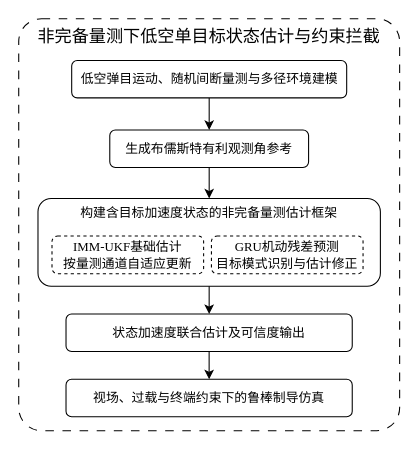
master-fency/plot keeps this draw.io diagram as 单目标非完备量测与低空约束制导.drawio. Above is the earlier version. Source tidied: cells renumbered, new cells numbered last; positions are measured from the earlier drawing's top-left corner, leaving out a move shared by most shapes. Both pictures are drawn from the tidied source at 107%, with x=0, y=0 at pixel (18, 18).
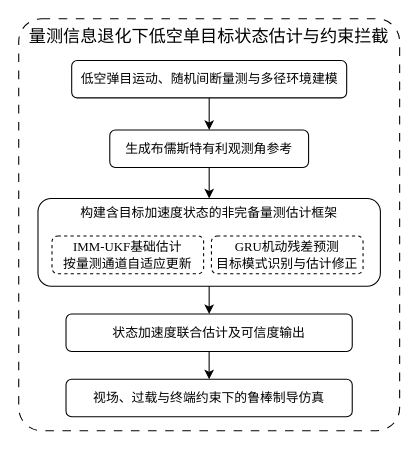
The same page after the edit.

Commit message:
更新单目标非完备量测与低空约束制导.drawio

Change to the diagram source:
```diff
@@
 <mxGraphModel>
   <root>
     <mxCell id="0" />
     <mxCell id="1" parent="0" />
-    <mxCell id="2" value="&lt;font style=&quot;font-size: 16px;&quot;&gt;非完备量测下低空单目标状态估计与约束拦截&lt;/font&gt;" style="rounded=1;whiteSpace=wrap;html=1;roundedPerimeter=1;fontFamily=Times New Roman;verticalAlign=top;arcSize=6;strokeColor=default;dashed=1;dashPattern=8 8;" parent="1" vertex="1">
+    <mxCell id="2" value="&lt;font style=&quot;font-size: 16px;&quot;&gt;量测信息退化下低空单目标状态估计与约束拦截&lt;/font&gt;" style="rounded=1;whiteSpace=wrap;html=1;roundedPerimeter=1;fontFamily=Times New Roman;verticalAlign=top;arcSize=6;strokeColor=default;dashed=1;dashPattern=8 8;" parent="1" vertex="1">
       <mxGeometry width="356" height="385" as="geometry" />
     </mxCell>
     <mxCell id="3" value="&lt;font&gt;构建含目标加速度状态的非完备量测估计框架&lt;/font&gt;" style="rounded=1;whiteSpace=wrap;html=1;roundedPerimeter=1;fontFamily=Times New Roman;verticalAlign=top;" parent="1" vertex="1">
       <mxGeometry x="18" y="168" width="320" height="82" as="geometry" />
     </mxCell>
     <mxCell id="4" style="edgeStyle=orthogonalEdgeStyle;rounded=0;jettySize=auto;html=1;exitX=0.5;exitY=1;exitDx=0;exitDy=0;entryX=0.5;entryY=0;entryDx=0;entryDy=0;fontFamily=Helvetica;fontSize=12;fontColor=default;defaultLabelBackgroundColor=page;" parent="1" edge="1" source="5" target="9">
       <mxGeometry relative="1" as="geometry" />
     </mxCell>
     <mxCell id="5" value="&lt;font&gt;低空弹目运动、随机间断量测与多径环境建模&lt;/font&gt;" style="rounded=1;whiteSpace=wrap;html=1;roundedPerimeter=1;fontFamily=Times New Roman;" parent="1" vertex="1">
       <mxGeometry x="49.5" y="39" width="257" height="35" as="geometry" />
     </mxCell>
     <mxCell id="6" style="edgeStyle=orthogonalEdgeStyle;rounded=0;jettySize=auto;html=1;exitX=0.5;exitY=1;exitDx=0;exitDy=0;entryX=0.5;entryY=0;entryDx=0;entryDy=0;fontFamily=Helvetica;fontSize=12;fontColor=default;defaultLabelBackgroundColor=page;" parent="1" edge="1" source="7" target="10">
       <mxGeometry relative="1" as="geometry" />
     </mxCell>
     <mxCell id="7" value="&lt;font&gt;状态加速度联合估计及可信度输出&lt;/font&gt;" style="rounded=1;whiteSpace=wrap;html=1;roundedPerimeter=1;fontFamily=Times New Roman;" parent="1" vertex="1">
       <mxGeometry x="44.2" y="276" width="267.5" height="35" as="geometry" />
     </mxCell>
     <mxCell id="8" style="edgeStyle=orthogonalEdgeStyle;rounded=0;jettySize=auto;html=1;exitX=0.5;exitY=1;exitDx=0;exitDy=0;entryX=0.5;entryY=0;entryDx=0;entryDy=0;fontFamily=Helvetica;fontSize=12;fontColor=default;defaultLabelBackgroundColor=page;" parent="1" edge="1" source="9" target="3">
       <mxGeometry relative="1" as="geometry" />
     </mxCell>
     <mxCell id="9" value="&lt;font&gt;生成布儒斯特有利观测角参考&lt;/font&gt;" style="rounded=1;whiteSpace=wrap;html=1;roundedPerimeter=1;fontFamily=Times New Roman;" parent="1" vertex="1">
       <mxGeometry x="85.1" y="104" width="185.8" height="35" as="geometry" />
     </mxCell>
     <mxCell id="10" value="&lt;font&gt;视场、过载与终端约束下的鲁棒制导仿真&lt;/font&gt;" style="rounded=1;whiteSpace=wrap;html=1;roundedPerimeter=1;fontFamily=Times New Roman;" parent="1" vertex="1">
       <mxGeometry x="44.2" y="337" width="267.5" height="35" as="geometry" />
     </mxCell>
     <mxCell id="11" style="edgeStyle=orthogonalEdgeStyle;rounded=0;jettySize=auto;html=1;exitX=0.5;exitY=1;exitDx=0;exitDy=0;entryX=0.5;entryY=0;entryDx=0;entryDy=0;fontFamily=Helvetica;fontSize=12;fontColor=default;defaultLabelBackgroundColor=page;" parent="1" edge="1" source="3" target="7">
       <mxGeometry relative="1" as="geometry" />
     </mxCell>
     <mxCell id="12" style="group;" parent="1" vertex="1">
       <mxGeometry x="31.1" y="203" width="290.7" height="35.4" as="geometry" />
     </mxCell>
     <mxCell id="13" value="&lt;font&gt;IMM-UKF基础估计&lt;/font&gt;&lt;div&gt;&lt;font&gt;按量测通道自适应更新&lt;/font&gt;&lt;/div&gt;" style="rounded=1;whiteSpace=wrap;html=1;roundedPerimeter=1;fontFamily=Times New Roman;dashed=1;" parent="12" vertex="1">
       <mxGeometry width="141.7" height="35.4" as="geometry" />
     </mxCell>
     <mxCell id="14" value="GRU机动残差预测&lt;div&gt;目标模式识别与估计修正&lt;/div&gt;" style="rounded=1;whiteSpace=wrap;html=1;roundedPerimeter=1;fontFamily=Times New Roman;dashed=1;" parent="12" vertex="1">
       <mxGeometry x="149" width="141.7" height="35.4" as="geometry" />
     </mxCell>
   </root>
 </mxGraphModel>
```
